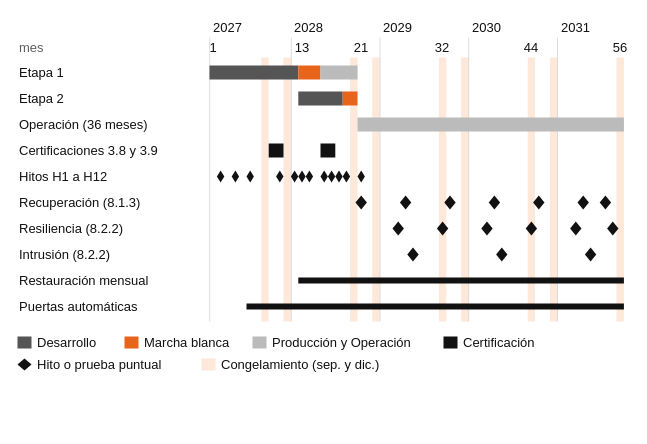
Above: SD9_v_nueva/09_plan_calidad/diagramas/Fig_9-9_Calidad_Cronograma.drawio in PatricioH315/LafroX (draw.io), before the change. Source tidied: cells renumbered, new cells numbered last; positions are measured from the earlier drawing's top-left corner, leaving out a move shared by most shapes. Both pictures are drawn from the tidied source at 100%, with x=0, y=0 at pixel (17, 17).
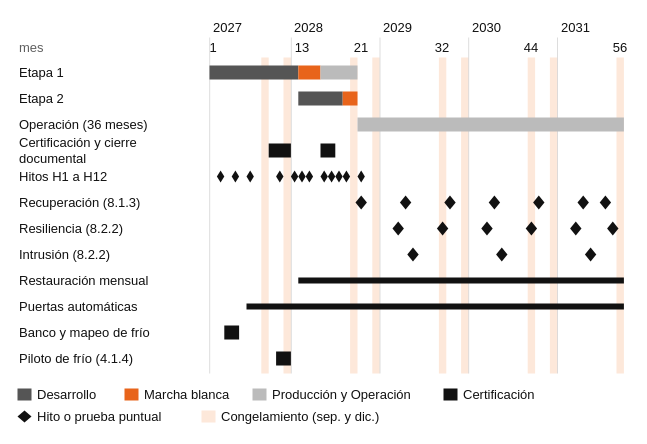
The same page after the edit.

Diff of the diagram source:
```diff
@@
     <mxCell id="2" style="rounded=0;html=1;strokeColor=none;fillColor=#FDE8DA;" parent="1" vertex="1">
-      <mxGeometry x="243.8" y="40" width="7.4" height="264" as="geometry" />
+      <mxGeometry x="243.8" y="40" width="7.4" height="316" as="geometry" />
     </mxCell>
     <mxCell id="3" style="rounded=0;html=1;strokeColor=none;fillColor=#FDE8DA;" parent="1" vertex="1">
-      <mxGeometry x="266" y="40" width="7.4" height="264" as="geometry" />
+      <mxGeometry x="266" y="40" width="7.4" height="316" as="geometry" />
     </mxCell>
     <mxCell id="4" style="rounded=0;html=1;strokeColor=none;fillColor=#FDE8DA;" parent="1" vertex="1">
-      <mxGeometry x="332.6" y="40" width="7.4" height="264" as="geometry" />
+      <mxGeometry x="332.6" y="40" width="7.4" height="316" as="geometry" />
     </mxCell>
     <mxCell id="5" style="rounded=0;html=1;strokeColor=none;fillColor=#FDE8DA;" parent="1" vertex="1">
-      <mxGeometry x="354.8" y="40" width="7.4" height="264" as="geometry" />
+      <mxGeometry x="354.8" y="40" width="7.4" height="316" as="geometry" />
     </mxCell>
     <mxCell id="6" style="rounded=0;html=1;strokeColor=none;fillColor=#FDE8DA;" parent="1" vertex="1">
-      <mxGeometry x="421.4" y="40" width="7.4" height="264" as="geometry" />
+      <mxGeometry x="421.4" y="40" width="7.4" height="316" as="geometry" />
     </mxCell>
     <mxCell id="7" style="rounded=0;html=1;strokeColor=none;fillColor=#FDE8DA;" parent="1" vertex="1">
-      <mxGeometry x="443.6" y="40" width="7.4" height="264" as="geometry" />
+      <mxGeometry x="443.6" y="40" width="7.4" height="316" as="geometry" />
     </mxCell>
     <mxCell id="8" style="rounded=0;html=1;strokeColor=none;fillColor=#FDE8DA;" parent="1" vertex="1">
-      <mxGeometry x="510.2" y="40" width="7.4" height="264" as="geometry" />
+      <mxGeometry x="510.2" y="40" width="7.4" height="316" as="geometry" />
     </mxCell>
     <mxCell id="9" style="rounded=0;html=1;strokeColor=none;fillColor=#FDE8DA;" parent="1" vertex="1">
-      <mxGeometry x="532.4" y="40" width="7.4" height="264" as="geometry" />
+      <mxGeometry x="532.4" y="40" width="7.4" height="316" as="geometry" />
     </mxCell>
     <mxCell id="10" style="rounded=0;html=1;strokeColor=none;fillColor=#FDE8DA;" parent="1" vertex="1">
-      <mxGeometry x="599" y="40" width="7.4" height="264" as="geometry" />
+      <mxGeometry x="599" y="40" width="7.4" height="316" as="geometry" />
     </mxCell>
@@
     <mxCell id="12" style="rounded=0;html=1;strokeColor=none;fillColor=#C7C7C7;" parent="1" vertex="1">
-      <mxGeometry x="192" y="20" width="0.6" height="284" as="geometry" />
+      <mxGeometry x="192" y="20" width="0.6" height="336" as="geometry" />
     </mxCell>
@@
     <mxCell id="14" style="rounded=0;html=1;strokeColor=none;fillColor=#C7C7C7;" parent="1" vertex="1">
-      <mxGeometry x="273.4" y="20" width="0.6" height="284" as="geometry" />
+      <mxGeometry x="273.4" y="20" width="0.6" height="336" as="geometry" />
     </mxCell>
@@
     <mxCell id="16" style="rounded=0;html=1;strokeColor=none;fillColor=#C7C7C7;" parent="1" vertex="1">
-      <mxGeometry x="362.2" y="20" width="0.6" height="284" as="geometry" />
+      <mxGeometry x="362.2" y="20" width="0.6" height="336" as="geometry" />
     </mxCell>
@@
     <mxCell id="18" style="rounded=0;html=1;strokeColor=none;fillColor=#C7C7C7;" parent="1" vertex="1">
-      <mxGeometry x="451" y="20" width="0.6" height="284" as="geometry" />
+      <mxGeometry x="451" y="20" width="0.6" height="336" as="geometry" />
     </mxCell>
@@
     <mxCell id="20" style="rounded=0;html=1;strokeColor=none;fillColor=#C7C7C7;" parent="1" vertex="1">
-      <mxGeometry x="539.8" y="20" width="0.6" height="284" as="geometry" />
+      <mxGeometry x="539.8" y="20" width="0.6" height="336" as="geometry" />
     </mxCell>
@@
-    <mxCell id="37" value="Certificaciones 3.8 y 3.9" style="text;html=1;fontSize=13;fontFamily=Helvetica;fontColor=#111111;align=left;verticalAlign=middle;whiteSpace=wrap;" parent="1" vertex="1">
+    <mxCell id="37" value="Certificación y cierre documental" style="text;html=1;fontSize=13;fontFamily=Helvetica;fontColor=#111111;align=left;verticalAlign=middle;whiteSpace=wrap;" parent="1" vertex="1">
       <mxGeometry y="122" width="186" height="22" as="geometry" />
     </mxCell>
     <mxCell id="38" style="rounded=0;html=1;strokeColor=none;fillColor=#111111;" parent="1" vertex="1">
-      <mxGeometry x="251.2" y="126" width="14.8" height="14" as="geometry" />
+      <mxGeometry x="251.2" y="126" width="22.2" height="14" as="geometry" />
     </mxCell>
@@
-    <mxCell id="76" style="rounded=0;html=1;strokeColor=none;fillColor=#555555;" parent="1" vertex="1">
-      <mxGeometry y="319" width="14" height="12" as="geometry" />
+    <mxCell id="76" value="Banco y mapeo de frío" style="text;html=1;fontSize=13;fontFamily=Helvetica;fontColor=#111111;align=left;verticalAlign=middle;whiteSpace=wrap;" parent="1" vertex="1">
+      <mxGeometry y="304" width="186" height="22" as="geometry" />
     </mxCell>
-    <mxCell id="77" value="Desarrollo" style="text;html=1;fontSize=13;fontFamily=Helvetica;fontColor=#111111;align=left;verticalAlign=middle;whiteSpace=wrap;" parent="1" vertex="1">
-      <mxGeometry x="18" y="314" width="79" height="22" as="geometry" />
+    <mxCell id="77" style="rounded=0;html=1;strokeColor=none;fillColor=#111111;" parent="1" vertex="1">
+      <mxGeometry x="206.8" y="308" width="14.8" height="14" as="geometry" />
     </mxCell>
-    <mxCell id="78" style="rounded=0;html=1;strokeColor=none;fillColor=#E8641B;" parent="1" vertex="1">
-      <mxGeometry x="107" y="319" width="14" height="12" as="geometry" />
+    <mxCell id="78" value="Piloto de frío (4.1.4)" style="text;html=1;fontSize=13;fontFamily=Helvetica;fontColor=#111111;align=left;verticalAlign=middle;whiteSpace=wrap;" parent="1" vertex="1">
+      <mxGeometry y="330" width="186" height="22" as="geometry" />
     </mxCell>
-    <mxCell id="79" value="Marcha blanca" style="text;html=1;fontSize=13;fontFamily=Helvetica;fontColor=#111111;align=left;verticalAlign=middle;whiteSpace=wrap;" parent="1" vertex="1">
-      <mxGeometry x="125" y="314" width="100" height="22" as="geometry" />
+    <mxCell id="79" style="rounded=0;html=1;strokeColor=none;fillColor=#111111;" parent="1" vertex="1">
+      <mxGeometry x="258.6" y="334" width="14.8" height="14" as="geometry" />
     </mxCell>
-    <mxCell id="80" style="rounded=0;html=1;strokeColor=none;fillColor=#BBBBBB;" parent="1" vertex="1">
-      <mxGeometry x="235" y="319" width="14" height="12" as="geometry" />
+    <mxCell id="80" style="rounded=0;html=1;strokeColor=none;fillColor=#555555;" parent="1" vertex="1">
+      <mxGeometry y="371" width="14" height="12" as="geometry" />
     </mxCell>
-    <mxCell id="81" value="Producción y Operación" style="text;html=1;fontSize=13;fontFamily=Helvetica;fontColor=#111111;align=left;verticalAlign=middle;whiteSpace=wrap;" parent="1" vertex="1">
-      <mxGeometry x="253" y="314" width="163" height="22" as="geometry" />
+    <mxCell id="81" value="Desarrollo" style="text;html=1;fontSize=13;fontFamily=Helvetica;fontColor=#111111;align=left;verticalAlign=middle;whiteSpace=wrap;" parent="1" vertex="1">
+      <mxGeometry x="18" y="366" width="79" height="22" as="geometry" />
     </mxCell>
-    <mxCell id="82" style="rounded=0;html=1;strokeColor=none;fillColor=#111111;" parent="1" vertex="1">
-      <mxGeometry x="426" y="319" width="14" height="12" as="geometry" />
+    <mxCell id="82" style="rounded=0;html=1;strokeColor=none;fillColor=#E8641B;" parent="1" vertex="1">
+      <mxGeometry x="107" y="371" width="14" height="12" as="geometry" />
     </mxCell>
-    <mxCell id="83" value="Certificación" style="text;html=1;fontSize=13;fontFamily=Helvetica;fontColor=#111111;align=left;verticalAlign=middle;whiteSpace=wrap;" parent="1" vertex="1">
-      <mxGeometry x="444" y="314" width="100" height="22" as="geometry" />
+    <mxCell id="83" value="Marcha blanca" style="text;html=1;fontSize=13;fontFamily=Helvetica;fontColor=#111111;align=left;verticalAlign=middle;whiteSpace=wrap;" parent="1" vertex="1">
+      <mxGeometry x="125" y="366" width="100" height="22" as="geometry" />
     </mxCell>
-    <mxCell id="84" style="rhombus;html=1;strokeColor=none;fillColor=#111111;" parent="1" vertex="1">
-      <mxGeometry y="341" width="14" height="12" as="geometry" />
+    <mxCell id="84" style="rounded=0;html=1;strokeColor=none;fillColor=#BBBBBB;" parent="1" vertex="1">
+      <mxGeometry x="235" y="371" width="14" height="12" as="geometry" />
     </mxCell>
-    <mxCell id="85" value="Hito o prueba puntual" style="text;html=1;fontSize=13;fontFamily=Helvetica;fontColor=#111111;align=left;verticalAlign=middle;whiteSpace=wrap;" parent="1" vertex="1">
-      <mxGeometry x="18" y="336" width="156" height="22" as="geometry" />
+    <mxCell id="85" value="Producción y Operación" style="text;html=1;fontSize=13;fontFamily=Helvetica;fontColor=#111111;align=left;verticalAlign=middle;whiteSpace=wrap;" parent="1" vertex="1">
+      <mxGeometry x="253" y="366" width="163" height="22" as="geometry" />
     </mxCell>
-    <mxCell id="86" style="rounded=0;html=1;strokeColor=none;fillColor=#FDE8DA;" parent="1" vertex="1">
-      <mxGeometry x="184" y="341" width="14" height="12" as="geometry" />
+    <mxCell id="86" style="rounded=0;html=1;strokeColor=none;fillColor=#111111;" parent="1" vertex="1">
+      <mxGeometry x="426" y="371" width="14" height="12" as="geometry" />
     </mxCell>
-    <mxCell id="87" value="Congelamiento (sep. y dic.)" style="text;html=1;fontSize=13;fontFamily=Helvetica;fontColor=#111111;align=left;verticalAlign=middle;whiteSpace=wrap;" parent="1" vertex="1">
-      <mxGeometry x="202" y="336" width="198" height="22" as="geometry" />
+    <mxCell id="87" value="Certificación" style="text;html=1;fontSize=13;fontFamily=Helvetica;fontColor=#111111;align=left;verticalAlign=middle;whiteSpace=wrap;" parent="1" vertex="1">
+      <mxGeometry x="444" y="366" width="100" height="22" as="geometry" />
     </mxCell>
+    <mxCell id="88" style="rhombus;html=1;strokeColor=none;fillColor=#111111;" parent="1" vertex="1">
+      <mxGeometry y="393" width="14" height="12" as="geometry" />
+    </mxCell>
+    <mxCell id="89" value="Hito o prueba puntual" style="text;html=1;fontSize=13;fontFamily=Helvetica;fontColor=#111111;align=left;verticalAlign=middle;whiteSpace=wrap;" parent="1" vertex="1">
+      <mxGeometry x="18" y="388" width="156" height="22" as="geometry" />
+    </mxCell>
+    <mxCell id="90" style="rounded=0;html=1;strokeColor=none;fillColor=#FDE8DA;" parent="1" vertex="1">
+      <mxGeometry x="184" y="393" width="14" height="12" as="geometry" />
+    </mxCell>
+    <mxCell id="91" value="Congelamiento (sep. y dic.)" style="text;html=1;fontSize=13;fontFamily=Helvetica;fontColor=#111111;align=left;verticalAlign=middle;whiteSpace=wrap;" parent="1" vertex="1">
+      <mxGeometry x="202" y="388" width="198" height="22" as="geometry" />
+    </mxCell>
```
